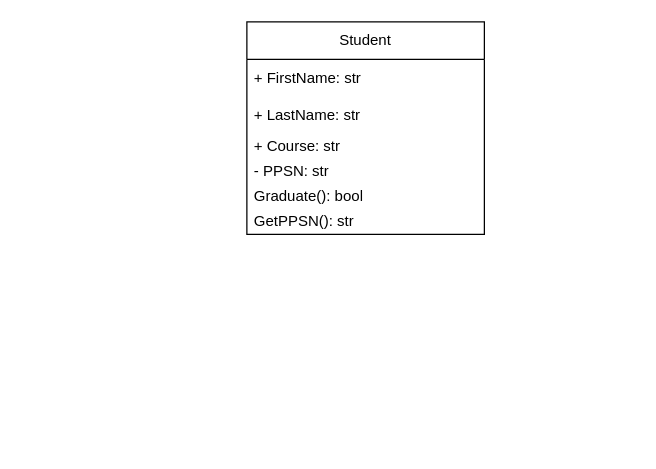
This is new practice UML.drawio from VictoriaJ4/VictoriaJ4, a draw.io file, before an edit. Source tidied: cells renumbered, new cells numbered last; positions are measured from the earlier drawing's top-left corner, leaving out a move shared by most shapes. Both pictures are drawn from the tidied source at 125%, with x=0, y=0 at pixel (246, 21).
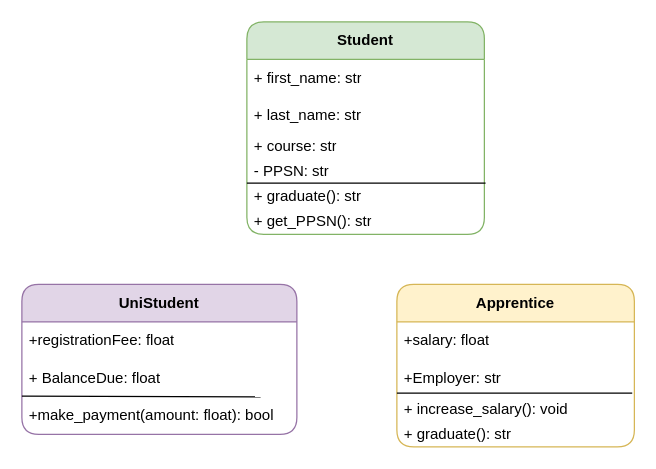
The same page after the edit.

The edit, as a diff of the source:
```diff
@@
-    <mxCell id="2" value="Student" style="swimlane;fontStyle=0;horizontal=1;startSize=30;whiteSpace=wrap;html=1;" parent="1" vertex="1">
+    <mxCell id="2" value="&lt;b&gt;Student&lt;/b&gt;" style="swimlane;fontStyle=0;horizontal=1;startSize=30;whiteSpace=wrap;html=1;fillColor=#d5e8d4;strokeColor=#82b366;shadow=0;rounded=1;" parent="1" vertex="1">
       <mxGeometry width="190" height="170" as="geometry" />
     </mxCell>
-    <mxCell id="3" value="+ FirstName: str" style="text;strokeColor=none;fillColor=none;align=left;verticalAlign=middle;spacingLeft=4;spacingRight=4;overflow=hidden;whiteSpace=wrap;html=1;" parent="2" vertex="1">
+    <mxCell id="3" value="+ first_name: str" style="text;strokeColor=none;fillColor=none;align=left;verticalAlign=middle;spacingLeft=4;spacingRight=4;overflow=hidden;whiteSpace=wrap;html=1;" parent="2" vertex="1">
       <mxGeometry y="30" width="190" height="30" as="geometry" />
     </mxCell>
-    <mxCell id="4" value="+ LastName: str" style="text;strokeColor=none;fillColor=none;align=left;verticalAlign=middle;spacingLeft=4;spacingRight=4;overflow=hidden;whiteSpace=wrap;html=1;" parent="2" vertex="1">
+    <mxCell id="4" value="+ last_name: str" style="text;strokeColor=none;fillColor=none;align=left;verticalAlign=middle;spacingLeft=4;spacingRight=4;overflow=hidden;whiteSpace=wrap;html=1;" parent="2" vertex="1">
       <mxGeometry y="60" width="190" height="30" as="geometry" />
     </mxCell>
-    <mxCell id="5" value="+ Course: str" style="text;strokeColor=none;fillColor=none;align=left;verticalAlign=middle;spacingLeft=4;spacingRight=4;overflow=hidden;whiteSpace=wrap;html=1;" parent="2" vertex="1">
+    <mxCell id="5" value="+ course: str" style="text;strokeColor=none;fillColor=none;align=left;verticalAlign=middle;spacingLeft=4;spacingRight=4;overflow=hidden;whiteSpace=wrap;html=1;" parent="2" vertex="1">
       <mxGeometry y="90" width="190" height="20" as="geometry" />
     </mxCell>
@@
+    <mxCell id="9" style="endArrow=none;html=1;rounded=0;entryX=1.005;entryY=-0.05;entryDx=0;entryDy=0;entryPerimeter=0;" parent="2" edge="1" target="7">
+      <mxGeometry relative="1" as="geometry">
+        <mxPoint y="129" as="sourcePoint" />
+      </mxGeometry>
+    </mxCell>
-    <mxCell id="7" value="Graduate(): bool" style="text;strokeColor=none;fillColor=none;align=left;verticalAlign=middle;spacingLeft=4;spacingRight=4;overflow=hidden;points=[[0,0.5],[1,0.5]];portConstraint=eastwest;whiteSpace=wrap;html=1;" parent="2" vertex="1">
+    <mxCell id="7" value="+ graduate(): str" style="text;strokeColor=none;fillColor=none;align=left;verticalAlign=middle;spacingLeft=4;spacingRight=4;overflow=hidden;points=[[0,0.5],[1,0.5]];portConstraint=eastwest;whiteSpace=wrap;html=1;" parent="2" vertex="1">
       <mxGeometry y="130" width="190" height="20" as="geometry" />
     </mxCell>
-    <mxCell id="8" value="GetPPSN(): str" style="text;strokeColor=none;fillColor=none;align=left;verticalAlign=middle;spacingLeft=4;spacingRight=4;overflow=hidden;whiteSpace=wrap;html=1;" parent="2" vertex="1">
+    <mxCell id="8" value="+ get_PPSN(): str" style="text;strokeColor=none;fillColor=none;align=left;verticalAlign=middle;spacingLeft=4;spacingRight=4;overflow=hidden;whiteSpace=wrap;html=1;" parent="2" vertex="1">
       <mxGeometry y="150" width="190" height="20" as="geometry" />
     </mxCell>
+    <mxCell id="10" value="&lt;b&gt;UniStudent&lt;/b&gt;" style="swimlane;fontStyle=0;horizontal=1;startSize=30;whiteSpace=wrap;html=1;fillColor=#e1d5e7;strokeColor=#9673a6;shadow=0;rounded=1;" parent="1" vertex="1">
+      <mxGeometry x="-180" y="210" width="220" height="120" as="geometry" />
+    </mxCell>
+    <mxCell id="11" value="+registrationFee: float" style="text;strokeColor=none;fillColor=none;align=left;verticalAlign=middle;spacingLeft=4;spacingRight=4;overflow=hidden;whiteSpace=wrap;html=1;" parent="10" vertex="1">
+      <mxGeometry y="30" width="220" height="30" as="geometry" />
+    </mxCell>
+    <mxCell id="12" value="+ BalanceDue: float" style="text;strokeColor=none;fillColor=none;align=left;verticalAlign=middle;spacingLeft=4;spacingRight=4;overflow=hidden;points=[[0,0.5],[1,0.5]];portConstraint=eastwest;whiteSpace=wrap;html=1;" parent="10" vertex="1">
+      <mxGeometry y="60" width="220" height="30" as="geometry" />
+    </mxCell>
+    <mxCell id="13" style="endArrow=none;html=1;rounded=0;exitX=0;exitY=0.983;exitDx=0;exitDy=0;exitPerimeter=0;" parent="10" edge="1" source="12">
+      <mxGeometry relative="1" as="geometry">
+        <mxPoint x="191" y="90" as="targetPoint" />
+      </mxGeometry>
+    </mxCell>
+    <mxCell id="14" value="+make_payment(amount: float): bool" style="text;strokeColor=none;fillColor=none;align=left;verticalAlign=middle;spacingLeft=4;spacingRight=4;overflow=hidden;whiteSpace=wrap;html=1;" parent="10" vertex="1">
+      <mxGeometry y="90" width="220" height="30" as="geometry" />
+    </mxCell>
+    <mxCell id="15" value="&lt;b&gt;Apprentice&lt;/b&gt;" style="swimlane;fontStyle=0;horizontal=1;startSize=30;whiteSpace=wrap;html=1;fillColor=#fff2cc;strokeColor=#d6b656;shadow=0;rounded=1;" parent="1" vertex="1">
+      <mxGeometry x="120" y="210" width="190" height="130" as="geometry" />
+    </mxCell>
+    <mxCell id="16" value="+salary: float" style="text;strokeColor=none;fillColor=none;align=left;verticalAlign=middle;spacingLeft=4;spacingRight=4;overflow=hidden;whiteSpace=wrap;html=1;" parent="15" vertex="1">
+      <mxGeometry y="30" width="190" height="30" as="geometry" />
+    </mxCell>
+    <mxCell id="17" value="+Employer: str" style="text;strokeColor=none;fillColor=none;align=left;verticalAlign=middle;spacingLeft=4;spacingRight=4;overflow=hidden;whiteSpace=wrap;html=1;" parent="15" vertex="1">
+      <mxGeometry y="60" width="190" height="30" as="geometry" />
+    </mxCell>
+    <mxCell id="18" style="endArrow=none;html=1;rounded=0;exitX=0;exitY=-0.15;exitDx=0;exitDy=0;exitPerimeter=0;entryX=0.991;entryY=-0.15;entryDx=0;entryDy=0;entryPerimeter=0;" parent="15" edge="1" source="19" target="19">
+      <mxGeometry relative="1" as="geometry" />
+    </mxCell>
+    <mxCell id="19" value="+ increase_salary(): void" style="text;strokeColor=none;fillColor=none;align=left;verticalAlign=middle;spacingLeft=4;spacingRight=4;overflow=hidden;points=[[0,0.5],[1,0.5]];portConstraint=eastwest;whiteSpace=wrap;html=1;" parent="15" vertex="1">
+      <mxGeometry y="90" width="190" height="20" as="geometry" />
+    </mxCell>
+    <mxCell id="20" value="+ graduate(): str" style="text;strokeColor=none;fillColor=none;align=left;verticalAlign=middle;spacingLeft=4;spacingRight=4;overflow=hidden;whiteSpace=wrap;html=1;" parent="15" vertex="1">
+      <mxGeometry y="110" width="190" height="20" as="geometry" />
+    </mxCell>
```
